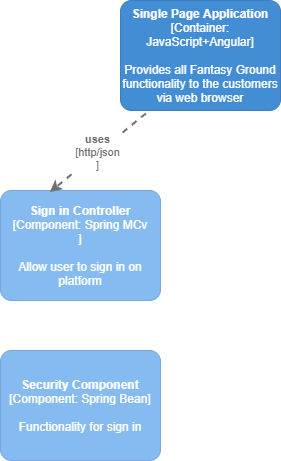
Before: Components.png, a diagram exported from draw.io (Madalina0303/Ip-lab4). Source tidied: cells renumbered, new cells last; positions are measured from the earlier drawing's top-left corner, leaving out a move shared by most shapes. The source it was exported from:
```xml
<mxGraphModel>
  <root>
    <mxCell id="0" />
    <mxCell id="1" parent="0" />
    <object id="2" label="&lt;b&gt;%c4Name%&lt;/b&gt;&lt;div&gt;[%c4Type%: %c4Technology%]&lt;/div&gt;&lt;br&gt;&lt;div&gt;%c4Description%&lt;/div&gt;" c4Description="Provides all Fantasy Ground functionality   to  the customers via web browser" c4Name="Single Page Application" c4Technology="JavaScript+Angular" c4Type="Container" placeholders="1">
      <mxCell style="rounded=1;whiteSpace=wrap;html=1;labelBackgroundColor=none;fillColor=#438DD5;fontColor=#ffffff;align=center;arcSize=10;strokeColor=#3C7FC0;metaData={&quot;c4Type&quot;:{&quot;editable&quot;:false}};points=[[0.25,0,0],[0.5,0,0],[0.75,0,0],[1,0.25,0],[1,0.5,0],[1,0.75,0],[0.75,1,0],[0.5,1,0],[0.25,1,0],[0,0.75,0],[0,0.5,0],[0,0.25,0]];" parent="1" vertex="1">
        <mxGeometry x="120" width="160" height="110" as="geometry" />
      </mxCell>
    </object>
    <object id="3" label="&lt;b&gt;%c4Name%&lt;/b&gt;&lt;div&gt;[%c4Type%: %c4Technology%]&lt;/div&gt;&lt;br&gt;&lt;div&gt;%c4Description%&lt;/div&gt;" c4Description="Allow user to sign in on platform" c4Name="Sign in Controller" c4Technology="Spring MCv&#10;" c4Type="Component" placeholders="1">
      <mxCell style="rounded=1;whiteSpace=wrap;html=1;labelBackgroundColor=none;fillColor=#85BBF0;fontColor=#ffffff;align=center;arcSize=10;strokeColor=#78A8D8;metaData={&quot;c4Type&quot;:{&quot;editable&quot;:false}};points=[[0.25,0,0],[0.5,0,0],[0.75,0,0],[1,0.25,0],[1,0.5,0],[1,0.75,0],[0.75,1,0],[0.5,1,0],[0.25,1,0],[0,0.75,0],[0,0.5,0],[0,0.25,0]];" parent="1" vertex="1">
        <mxGeometry y="190" width="160" height="110" as="geometry" />
      </mxCell>
    </object>
    <object id="4" label="&lt;div style=&quot;text-align: left&quot;&gt;&lt;div style=&quot;text-align: center&quot;&gt;&lt;b&gt;%c4Description%&lt;/b&gt;&lt;/div&gt;&lt;div style=&quot;text-align: center&quot;&gt;[%c4Technology%]&lt;/div&gt;&lt;/div&gt;" c4Description="uses" c4Technology="http/json&#10;" c4Type="Relationship" placeholders="1">
      <mxCell style="edgeStyle=none;rounded=0;html=1;entryX=0.308;entryY=0.015;jettySize=auto;strokeColor=#707070;strokeWidth=2;fontColor=#707070;jumpStyle=none;dashed=1;metaData={&quot;c4Type&quot;:{&quot;editable&quot;:false}};entryDx=0;entryDy=0;entryPerimeter=0;exitX=0.158;exitY=1.027;exitDx=0;exitDy=0;exitPerimeter=0;" parent="1" edge="1" source="2" target="3">
        <mxGeometry relative="1" as="geometry" />
      </mxCell>
    </object>
    <object id="5" label="&lt;b&gt;%c4Name%&lt;/b&gt;&lt;div&gt;[%c4Type%: %c4Technology%]&lt;/div&gt;&lt;br&gt;&lt;div&gt;%c4Description%&lt;/div&gt;" c4Description="Functionality for sign in" c4Name="Security Component" c4Technology="Spring Bean" c4Type="Component" placeholders="1">
      <mxCell style="rounded=1;whiteSpace=wrap;html=1;labelBackgroundColor=none;fillColor=#85BBF0;fontColor=#ffffff;align=center;arcSize=10;strokeColor=#78A8D8;metaData={&quot;c4Type&quot;:{&quot;editable&quot;:false}};points=[[0.25,0,0],[0.5,0,0],[0.75,0,0],[1,0.25,0],[1,0.5,0],[1,0.75,0],[0.75,1,0],[0.5,1,0],[0.25,1,0],[0,0.75,0],[0,0.5,0],[0,0.25,0]];" parent="1" vertex="1">
        <mxGeometry y="350" width="160" height="110" as="geometry" />
      </mxCell>
    </object>
  </root>
</mxGraphModel>
```
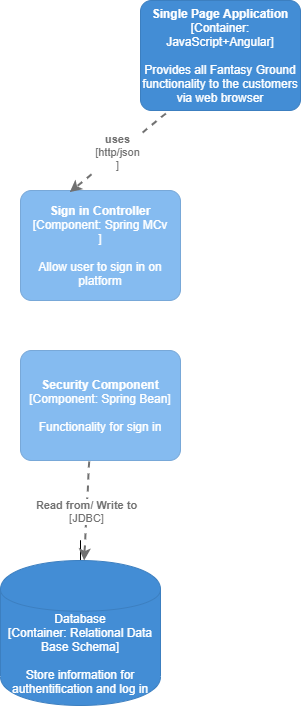
After the change.

Change to the diagram source:
```diff
@@ -22,5 +22,20 @@
         <mxGeometry y="350" width="160" height="110" as="geometry" />
       </mxCell>
     </object>
+    <mxCell id="6" style="edgeStyle=orthogonalEdgeStyle;rounded=0;jettySize=auto;html=1;" parent="1" edge="1" source="7">
+      <mxGeometry relative="1" as="geometry">
+        <mxPoint x="60" y="560" as="targetPoint" />
+      </mxGeometry>
+    </mxCell>
+    <object id="7" label="%c4Type%&lt;div&gt;[Container:&amp;nbsp;%c4Technology%]&lt;/div&gt;&lt;br&gt;&lt;div&gt;%c4Description%&lt;/div&gt;" c4Description="Store information for authentification and log in" c4Technology="Relational Data Base Schema" c4Type="Database" placeholders="1">
+      <mxCell style="shape=cylinder;whiteSpace=wrap;html=1;boundedLbl=1;rounded=0;labelBackgroundColor=none;fillColor=#438DD5;fontSize=12;fontColor=#ffffff;align=center;strokeColor=#3C7FC0;points=[[0.5,0,0],[1,0.25,0],[1,0.5,0],[1,0.75,0],[0.5,1,0],[0,0.75,0],[0,0.5,0],[0,0.25,0]];metaData={&quot;c4Type&quot;:{&quot;editable&quot;:false}};" parent="1" vertex="1">
+        <mxGeometry x="-20" y="560" width="160" height="145" as="geometry" />
+      </mxCell>
+    </object>
+    <object id="8" label="&lt;div style=&quot;text-align: left&quot;&gt;&lt;div style=&quot;text-align: center&quot;&gt;&lt;b&gt;%c4Description%&lt;/b&gt;&lt;/div&gt;&lt;div style=&quot;text-align: center&quot;&gt;[%c4Technology%]&lt;/div&gt;&lt;/div&gt;" c4Description="Read from/ Write to" c4Technology="JDBC" c4Type="Relationship" placeholders="1">
+      <mxCell style="edgeStyle=none;rounded=0;html=1;jettySize=auto;strokeColor=#707070;strokeWidth=2;fontColor=#707070;jumpStyle=none;dashed=1;metaData={&quot;c4Type&quot;:{&quot;editable&quot;:false}};exitX=0.429;exitY=1.009;exitDx=0;exitDy=0;exitPerimeter=0;" parent="1" edge="1" source="5" target="7">
+        <mxGeometry relative="1" as="geometry" />
+      </mxCell>
+    </object>
   </root>
 </mxGraphModel>
```
